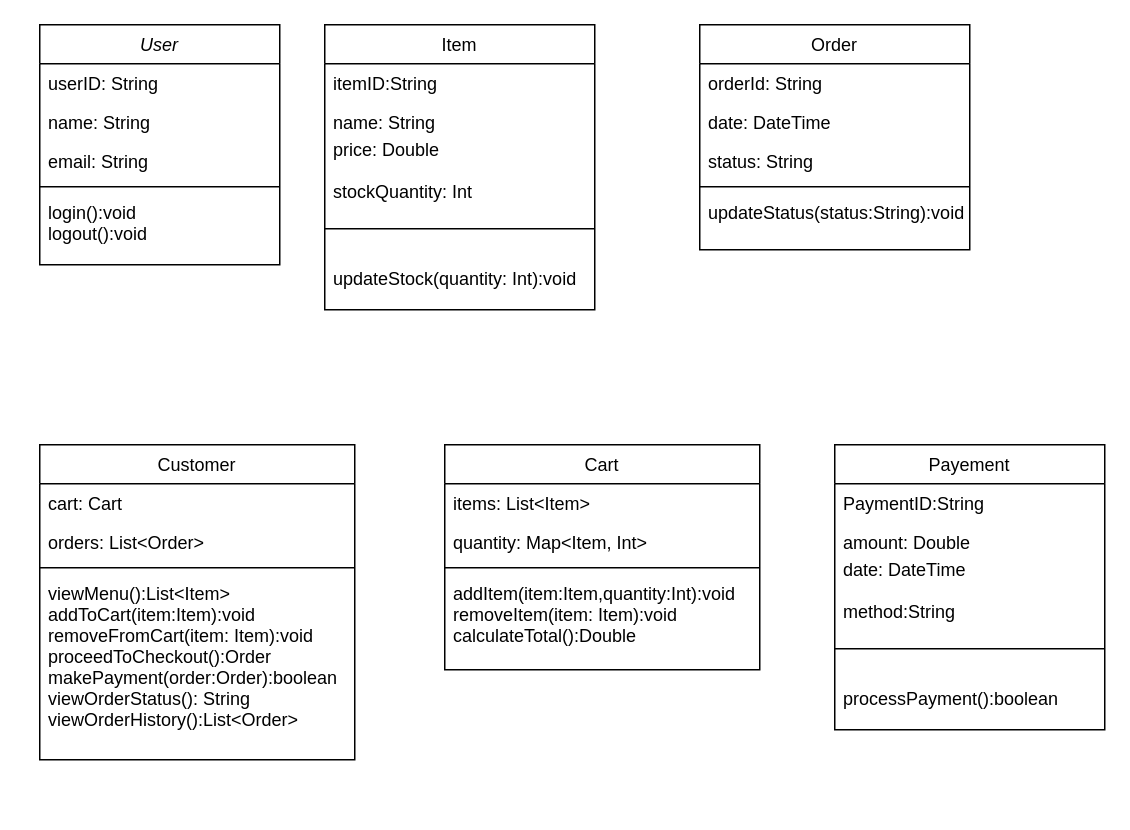
The draw.io diagram Untitled Diagram.drawio in SUMMERxKx/School-Projects, before the edit. Source tidied: cells renumbered, new cells numbered last; positions are measured from the earlier drawing's top-left corner, leaving out a move shared by most shapes. Both pictures are drawn from the tidied source at 150%, with x=0, y=0 at pixel (39, 24).
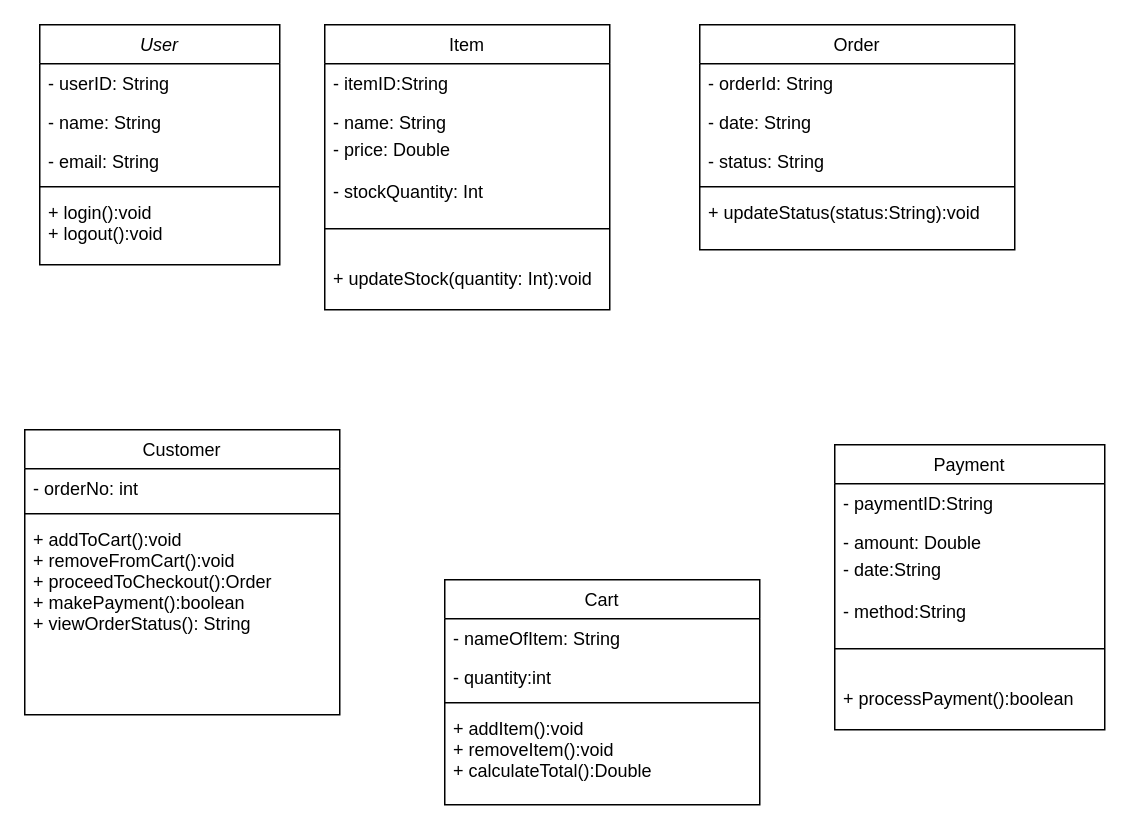
Above is the later version.

Unchanged cells that the change refers to:
```xml
<mxCell id="2" value="User" style="swimlane;fontStyle=2;align=center;verticalAlign=top;horizontal=1;startSize=26;rounded=0;shadow=0;strokeWidth=1;" parent="1" vertex="1">
  <mxGeometry width="160" height="160" as="geometry" />
</mxCell>
```

What changed in the source:
```diff
@@
-    <mxCell id="3" value="userID: String" style="text;align=left;verticalAlign=top;spacingLeft=4;spacingRight=4;overflow=hidden;" parent="2" vertex="1">
+    <mxCell id="3" value="- userID: String" style="text;align=left;verticalAlign=top;spacingLeft=4;spacingRight=4;overflow=hidden;" parent="2" vertex="1">
       <mxGeometry y="26" width="160" height="26" as="geometry" />
     </mxCell>
-    <mxCell id="4" value="name: String" style="text;align=left;verticalAlign=top;spacingLeft=4;spacingRight=4;overflow=hidden;rounded=0;shadow=0;html=0;" parent="2" vertex="1">
+    <mxCell id="4" value="- name: String" style="text;align=left;verticalAlign=top;spacingLeft=4;spacingRight=4;overflow=hidden;rounded=0;shadow=0;html=0;" parent="2" vertex="1">
       <mxGeometry y="52" width="160" height="26" as="geometry" />
     </mxCell>
-    <mxCell id="5" value="email: String" style="text;align=left;verticalAlign=top;spacingLeft=4;spacingRight=4;overflow=hidden;rounded=0;shadow=0;html=0;" parent="2" vertex="1">
+    <mxCell id="5" value="- email: String" style="text;align=left;verticalAlign=top;spacingLeft=4;spacingRight=4;overflow=hidden;rounded=0;shadow=0;html=0;" parent="2" vertex="1">
       <mxGeometry y="78" width="160" height="26" as="geometry" />
     </mxCell>
@@
-    <mxCell id="7" value="login():void&#10;logout():void" style="text;align=left;verticalAlign=top;spacingLeft=4;spacingRight=4;overflow=hidden;" parent="2" vertex="1">
+    <mxCell id="7" value="+ login():void&#10;+ logout():void" style="text;align=left;verticalAlign=top;spacingLeft=4;spacingRight=4;overflow=hidden;" parent="2" vertex="1">
       <mxGeometry y="112" width="160" height="48" as="geometry" />
     </mxCell>
     <mxCell id="8" value="Customer" style="swimlane;fontStyle=0;align=center;verticalAlign=top;horizontal=1;startSize=26;rounded=0;shadow=0;strokeWidth=1;" parent="1" vertex="1">
-      <mxGeometry y="280" width="210" height="210" as="geometry" />
+      <mxGeometry x="-10" y="270" width="210" height="190" as="geometry" />
     </mxCell>
-    <mxCell id="9" value="cart: Cart" style="text;align=left;verticalAlign=top;spacingLeft=4;spacingRight=4;overflow=hidden;" parent="8" vertex="1">
-      <mxGeometry y="26" width="210" height="26" as="geometry" />
-    </mxCell>
-    <mxCell id="10" value="orders: List&lt;Order&gt;" style="text;align=left;verticalAlign=top;spacingLeft=4;spacingRight=4;overflow=hidden;rounded=0;shadow=0;html=0;" parent="8" vertex="1">
-      <mxGeometry y="52" width="210" height="26" as="geometry" />
+    <mxCell id="10" value="- orderNo: int" style="text;align=left;verticalAlign=top;spacingLeft=4;spacingRight=4;overflow=hidden;rounded=0;shadow=0;html=0;" parent="8" vertex="1">
+      <mxGeometry y="26" width="210" height="26" as="geometry" />
     </mxCell>
     <mxCell id="11" style="line;html=1;strokeWidth=1;align=left;verticalAlign=middle;spacingTop=-1;spacingLeft=3;spacingRight=3;labelPosition=right;" parent="8" vertex="1">
-      <mxGeometry y="78" width="210" height="8" as="geometry" />
+      <mxGeometry y="52" width="210" height="8" as="geometry" />
     </mxCell>
-    <mxCell id="12" value="viewMenu():List&lt;Item&gt;&#10;addToCart(item:Item):void&#10;removeFromCart(item: Item):void&#10;proceedToCheckout():Order&#10;makePayment(order:Order):boolean&#10;viewOrderStatus(): String&#10;viewOrderHistory():List&lt;Order&gt;" style="text;align=left;verticalAlign=top;spacingLeft=4;spacingRight=4;overflow=hidden;" parent="8" vertex="1">
-      <mxGeometry y="86" width="210" height="124" as="geometry" />
+    <mxCell id="12" value="+ addToCart():void&#10;+ removeFromCart():void&#10;+ proceedToCheckout():Order&#10;+ makePayment():boolean&#10;+ viewOrderStatus(): String&#10;" style="text;align=left;verticalAlign=top;spacingLeft=4;spacingRight=4;overflow=hidden;" parent="8" vertex="1">
+      <mxGeometry y="60" width="210" height="104" as="geometry" />
     </mxCell>
     <mxCell id="13" value="Order" style="swimlane;fontStyle=0;align=center;verticalAlign=top;horizontal=1;startSize=26;rounded=0;shadow=0;strokeWidth=1;" parent="1" vertex="1">
-      <mxGeometry x="440" width="180" height="150" as="geometry" />
+      <mxGeometry x="440" width="210" height="150" as="geometry" />
     </mxCell>
-    <mxCell id="14" value="orderId: String" style="text;align=left;verticalAlign=top;spacingLeft=4;spacingRight=4;overflow=hidden;" parent="13" vertex="1">
-      <mxGeometry y="26" width="180" height="26" as="geometry" />
+    <mxCell id="14" value="- orderId: String" style="text;align=left;verticalAlign=top;spacingLeft=4;spacingRight=4;overflow=hidden;" parent="13" vertex="1">
+      <mxGeometry y="26" width="210" height="26" as="geometry" />
     </mxCell>
-    <mxCell id="15" value="date: DateTime" style="text;align=left;verticalAlign=top;spacingLeft=4;spacingRight=4;overflow=hidden;rounded=0;shadow=0;html=0;" parent="13" vertex="1">
-      <mxGeometry y="52" width="180" height="26" as="geometry" />
+    <mxCell id="15" value="- date: String" style="text;align=left;verticalAlign=top;spacingLeft=4;spacingRight=4;overflow=hidden;rounded=0;shadow=0;html=0;" parent="13" vertex="1">
+      <mxGeometry y="52" width="210" height="26" as="geometry" />
     </mxCell>
-    <mxCell id="16" value="status: String" style="text;align=left;verticalAlign=top;spacingLeft=4;spacingRight=4;overflow=hidden;rounded=0;shadow=0;html=0;" parent="13" vertex="1">
-      <mxGeometry y="78" width="180" height="26" as="geometry" />
+    <mxCell id="16" value="- status: String" style="text;align=left;verticalAlign=top;spacingLeft=4;spacingRight=4;overflow=hidden;rounded=0;shadow=0;html=0;" parent="13" vertex="1">
+      <mxGeometry y="78" width="210" height="26" as="geometry" />
     </mxCell>
     <mxCell id="17" style="line;html=1;strokeWidth=1;align=left;verticalAlign=middle;spacingTop=-1;spacingLeft=3;spacingRight=3;labelPosition=right;" parent="13" vertex="1">
-      <mxGeometry y="104" width="180" height="8" as="geometry" />
+      <mxGeometry y="104" width="210" height="8" as="geometry" />
     </mxCell>
-    <mxCell id="18" value="updateStatus(status:String):void" style="text;align=left;verticalAlign=top;spacingLeft=4;spacingRight=4;overflow=hidden;" parent="13" vertex="1">
-      <mxGeometry y="112" width="180" height="26" as="geometry" />
+    <mxCell id="18" value="+ updateStatus(status:String):void" style="text;align=left;verticalAlign=top;spacingLeft=4;spacingRight=4;overflow=hidden;" parent="13" vertex="1">
+      <mxGeometry y="112" width="210" height="26" as="geometry" />
     </mxCell>
     <mxCell id="19" value="Item" style="swimlane;fontStyle=0;align=center;verticalAlign=top;horizontal=1;startSize=26;rounded=0;shadow=0;strokeWidth=1;" parent="1" vertex="1">
-      <mxGeometry x="190" width="180" height="190" as="geometry" />
+      <mxGeometry x="190" width="190" height="190" as="geometry" />
     </mxCell>
-    <mxCell id="20" value="itemID:String" style="text;align=left;verticalAlign=top;spacingLeft=4;spacingRight=4;overflow=hidden;" parent="19" vertex="1">
-      <mxGeometry y="26" width="180" height="26" as="geometry" />
+    <mxCell id="20" value="- itemID:String" style="text;align=left;verticalAlign=top;spacingLeft=4;spacingRight=4;overflow=hidden;" parent="19" vertex="1">
+      <mxGeometry y="26" width="190" height="26" as="geometry" />
     </mxCell>
-    <mxCell id="21" value="name: String" style="text;align=left;verticalAlign=top;spacingLeft=4;spacingRight=4;overflow=hidden;rounded=0;shadow=0;html=0;" parent="19" vertex="1">
-      <mxGeometry y="52" width="180" height="18" as="geometry" />
+    <mxCell id="21" value="- name: String" style="text;align=left;verticalAlign=top;spacingLeft=4;spacingRight=4;overflow=hidden;rounded=0;shadow=0;html=0;" parent="19" vertex="1">
+      <mxGeometry y="52" width="190" height="18" as="geometry" />
     </mxCell>
-    <mxCell id="22" value="price: Double" style="text;align=left;verticalAlign=top;spacingLeft=4;spacingRight=4;overflow=hidden;rounded=0;shadow=0;html=0;" parent="19" vertex="1">
-      <mxGeometry y="70" width="180" height="28" as="geometry" />
+    <mxCell id="22" value="- price: Double" style="text;align=left;verticalAlign=top;spacingLeft=4;spacingRight=4;overflow=hidden;rounded=0;shadow=0;html=0;" parent="19" vertex="1">
+      <mxGeometry y="70" width="190" height="28" as="geometry" />
     </mxCell>
-    <mxCell id="23" value="stockQuantity: Int" style="text;align=left;verticalAlign=top;spacingLeft=4;spacingRight=4;overflow=hidden;rounded=0;shadow=0;html=0;" parent="19" vertex="1">
-      <mxGeometry y="98" width="180" height="18" as="geometry" />
+    <mxCell id="23" value="- stockQuantity: Int" style="text;align=left;verticalAlign=top;spacingLeft=4;spacingRight=4;overflow=hidden;rounded=0;shadow=0;html=0;" parent="19" vertex="1">
+      <mxGeometry y="98" width="190" height="18" as="geometry" />
     </mxCell>
     <mxCell id="24" style="line;html=1;strokeWidth=1;align=left;verticalAlign=middle;spacingTop=-1;spacingLeft=3;spacingRight=3;labelPosition=right;" parent="19" vertex="1">
-      <mxGeometry y="116" width="180" height="40" as="geometry" />
+      <mxGeometry y="116" width="190" height="40" as="geometry" />
     </mxCell>
-    <mxCell id="25" value="updateStock(quantity: Int):void" style="text;align=left;verticalAlign=top;spacingLeft=4;spacingRight=4;overflow=hidden;rounded=0;shadow=0;html=0;" parent="19" vertex="1">
-      <mxGeometry y="156" width="180" height="18" as="geometry" />
+    <mxCell id="25" value="+ updateStock(quantity: Int):void" style="text;align=left;verticalAlign=top;spacingLeft=4;spacingRight=4;overflow=hidden;rounded=0;shadow=0;html=0;" parent="19" vertex="1">
+      <mxGeometry y="156" width="190" height="18" as="geometry" />
     </mxCell>
     <mxCell id="26" value="Cart" style="swimlane;fontStyle=0;align=center;verticalAlign=top;horizontal=1;startSize=26;rounded=0;shadow=0;strokeWidth=1;" parent="1" vertex="1">
-      <mxGeometry x="270" y="280" width="210" height="150" as="geometry" />
+      <mxGeometry x="270" y="370" width="210" height="150" as="geometry" />
     </mxCell>
-    <mxCell id="27" value="items: List&lt;Item&gt;" style="text;align=left;verticalAlign=top;spacingLeft=4;spacingRight=4;overflow=hidden;" parent="26" vertex="1">
+    <mxCell id="27" value="- nameOfItem: String" style="text;align=left;verticalAlign=top;spacingLeft=4;spacingRight=4;overflow=hidden;" parent="26" vertex="1">
       <mxGeometry y="26" width="210" height="26" as="geometry" />
     </mxCell>
-    <mxCell id="28" value="quantity: Map&lt;Item, Int&gt;" style="text;align=left;verticalAlign=top;spacingLeft=4;spacingRight=4;overflow=hidden;rounded=0;shadow=0;html=0;" parent="26" vertex="1">
+    <mxCell id="28" value="- quantity:int" style="text;align=left;verticalAlign=top;spacingLeft=4;spacingRight=4;overflow=hidden;rounded=0;shadow=0;html=0;" parent="26" vertex="1">
       <mxGeometry y="52" width="210" height="26" as="geometry" />
     </mxCell>
@@
-    <mxCell id="30" value="addItem(item:Item,quantity:Int):void&#10;removeItem(item: Item):void&#10;calculateTotal():Double" style="text;align=left;verticalAlign=top;spacingLeft=4;spacingRight=4;overflow=hidden;" parent="26" vertex="1">
+    <mxCell id="30" value="+ addItem():void&#10;+ removeItem():void&#10;+ calculateTotal():Double" style="text;align=left;verticalAlign=top;spacingLeft=4;spacingRight=4;overflow=hidden;" parent="26" vertex="1">
       <mxGeometry y="86" width="210" height="64" as="geometry" />
     </mxCell>
-    <mxCell id="31" value="Payement" style="swimlane;fontStyle=0;align=center;verticalAlign=top;horizontal=1;startSize=26;rounded=0;shadow=0;strokeWidth=1;" parent="1" vertex="1">
+    <mxCell id="31" value="Payment" style="swimlane;fontStyle=0;align=center;verticalAlign=top;horizontal=1;startSize=26;rounded=0;shadow=0;strokeWidth=1;" parent="1" vertex="1">
       <mxGeometry x="530" y="280" width="180" height="190" as="geometry" />
     </mxCell>
-    <mxCell id="32" value="PaymentID:String" style="text;align=left;verticalAlign=top;spacingLeft=4;spacingRight=4;overflow=hidden;" parent="31" vertex="1">
+    <mxCell id="32" value="- paymentID:String" style="text;align=left;verticalAlign=top;spacingLeft=4;spacingRight=4;overflow=hidden;" parent="31" vertex="1">
       <mxGeometry y="26" width="180" height="26" as="geometry" />
     </mxCell>
-    <mxCell id="33" value="amount: Double" style="text;align=left;verticalAlign=top;spacingLeft=4;spacingRight=4;overflow=hidden;rounded=0;shadow=0;html=0;" parent="31" vertex="1">
+    <mxCell id="33" value="- amount: Double" style="text;align=left;verticalAlign=top;spacingLeft=4;spacingRight=4;overflow=hidden;rounded=0;shadow=0;html=0;" parent="31" vertex="1">
       <mxGeometry y="52" width="180" height="18" as="geometry" />
     </mxCell>
-    <mxCell id="34" value="date: DateTime" style="text;align=left;verticalAlign=top;spacingLeft=4;spacingRight=4;overflow=hidden;rounded=0;shadow=0;html=0;" parent="31" vertex="1">
+    <mxCell id="34" value="- date:String" style="text;align=left;verticalAlign=top;spacingLeft=4;spacingRight=4;overflow=hidden;rounded=0;shadow=0;html=0;" parent="31" vertex="1">
       <mxGeometry y="70" width="180" height="28" as="geometry" />
     </mxCell>
-    <mxCell id="35" value="method:String" style="text;align=left;verticalAlign=top;spacingLeft=4;spacingRight=4;overflow=hidden;rounded=0;shadow=0;html=0;" parent="31" vertex="1">
+    <mxCell id="35" value="- method:String" style="text;align=left;verticalAlign=top;spacingLeft=4;spacingRight=4;overflow=hidden;rounded=0;shadow=0;html=0;" parent="31" vertex="1">
       <mxGeometry y="98" width="180" height="18" as="geometry" />
     </mxCell>
@@
-    <mxCell id="37" value="processPayment():boolean" style="text;align=left;verticalAlign=top;spacingLeft=4;spacingRight=4;overflow=hidden;rounded=0;shadow=0;html=0;" parent="31" vertex="1">
+    <mxCell id="37" value="+ processPayment():boolean" style="text;align=left;verticalAlign=top;spacingLeft=4;spacingRight=4;overflow=hidden;rounded=0;shadow=0;html=0;" parent="31" vertex="1">
       <mxGeometry y="156" width="180" height="18" as="geometry" />
     </mxCell>
```
